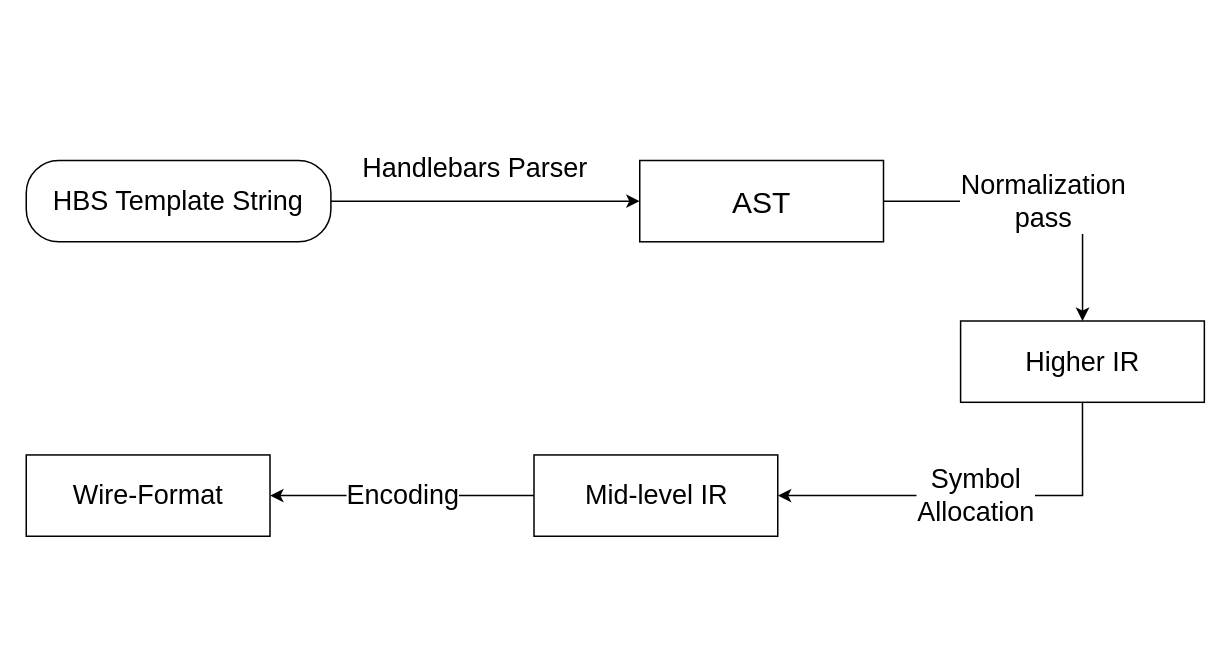
Earlier version of the draw.io diagram printf.engineering/glimmer-compiler.drawio (itzsrikanth/draw.io-templates). Source tidied: cells renumbered, new cells numbered last; positions are measured from the earlier drawing's top-left corner, leaving out a move shared by most shapes. Both pictures are drawn from the tidied source at 150%, with x=0, y=0 at pixel (26, 138).
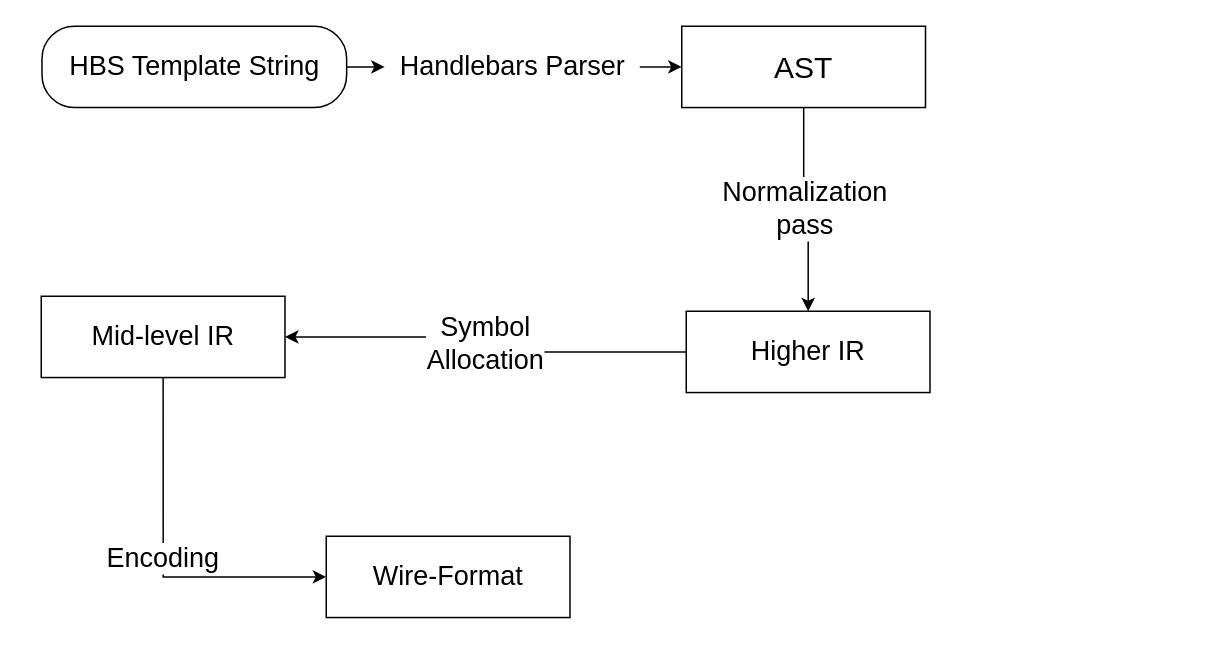
The same diagram, later.

Change to the diagram source:
```diff
@@
 <mxGraphModel>
   <root>
     <mxCell id="0" />
     <mxCell id="1" parent="0" />
     <mxCell id="2" value="HBS Template String" style="whiteSpace=wrap;html=1;rounded=1;arcSize=40;fontSize=18;" parent="1" vertex="1">
-      <mxGeometry y="14.5" width="203.1" height="54.2" as="geometry" />
+      <mxGeometry x="10.5" y="-75" width="203.1" height="54.2" as="geometry" />
     </mxCell>
     <mxCell id="3" value="AST" style="rounded=0;whiteSpace=wrap;html=1;fontSize=20;" parent="1" vertex="1">
-      <mxGeometry x="409" y="14.5" width="162.5" height="54.2" as="geometry" />
+      <mxGeometry x="437" y="-75" width="162.5" height="54.2" as="geometry" />
     </mxCell>
-    <mxCell id="4" style="edgeStyle=orthogonalEdgeStyle;rounded=0;jettySize=auto;html=1;" parent="1" edge="1" source="2" target="3">
+    <mxCell id="4" style="edgeStyle=orthogonalEdgeStyle;rounded=0;jettySize=auto;html=1;" parent="1" edge="1" source="5" target="3">
       <mxGeometry relative="1" as="geometry" />
     </mxCell>
-    <mxCell id="5" value="Handlebars Parser" style="text;html=1;align=center;verticalAlign=middle;points=[];strokeColor=none;fillColor=none;fontSize=18;" parent="1" vertex="1">
-      <mxGeometry x="213.7" width="170" height="40" as="geometry" />
-    </mxCell>
     <mxCell id="6" value="Higher IR" style="whiteSpace=wrap;html=1;rounded=0;fontSize=18;" parent="1" vertex="1">
-      <mxGeometry x="622.9" y="121.5" width="162.5" height="54.2" as="geometry" />
+      <mxGeometry x="440" y="115" width="162.5" height="54.2" as="geometry" />
     </mxCell>
     <mxCell id="7" value="Normalization&lt;br style=&quot;font-size: 18px;&quot;&gt;pass" style="edgeStyle=orthogonalEdgeStyle;rounded=0;jettySize=auto;html=1;fontSize=18;" parent="1" edge="1" source="3" target="6">
       <mxGeometry relative="1" as="geometry" />
     </mxCell>
     <mxCell id="8" value="Mid-level IR" style="whiteSpace=wrap;html=1;rounded=0;fontSize=18;" parent="1" vertex="1">
-      <mxGeometry x="338.5" y="210.8" width="162.5" height="54.2" as="geometry" />
+      <mxGeometry x="10" y="105" width="162.5" height="54.2" as="geometry" />
     </mxCell>
-    <mxCell id="9" value="Symbol&lt;br style=&quot;font-size: 18px;&quot;&gt;Allocation" style="edgeStyle=orthogonalEdgeStyle;rounded=0;jettySize=auto;html=1;entryX=1;entryY=0.5;entryDx=0;entryDy=0;exitX=0.5;exitY=1;exitDx=0;exitDy=0;fontSize=18;" parent="1" edge="1" source="6" target="8">
+    <mxCell id="9" value="Symbol&lt;br style=&quot;font-size: 18px;&quot;&gt;Allocation" style="edgeStyle=orthogonalEdgeStyle;rounded=0;jettySize=auto;html=1;entryX=1;entryY=0.5;entryDx=0;entryDy=0;exitX=0;exitY=0.5;exitDx=0;exitDy=0;fontSize=18;" parent="1" edge="1" source="6" target="8">
       <mxGeometry relative="1" as="geometry" />
     </mxCell>
     <mxCell id="10" value="Wire-Format" style="whiteSpace=wrap;html=1;rounded=0;fontSize=18;" parent="1" vertex="1">
-      <mxGeometry y="210.8" width="162.5" height="54.2" as="geometry" />
+      <mxGeometry x="200" y="265" width="162.5" height="54.2" as="geometry" />
     </mxCell>
-    <mxCell id="11" value="Encoding" style="edgeStyle=orthogonalEdgeStyle;rounded=0;jettySize=auto;html=1;fontSize=18;" parent="1" edge="1" source="8" target="10">
+    <mxCell id="11" value="Encoding" style="edgeStyle=orthogonalEdgeStyle;rounded=0;jettySize=auto;html=1;fontSize=18;entryX=0;entryY=0.5;entryDx=0;entryDy=0;exitX=0.5;exitY=1;exitDx=0;exitDy=0;" parent="1" edge="1" source="8" target="10">
       <mxGeometry relative="1" as="geometry" />
     </mxCell>
+    <mxCell id="12" style="edgeStyle=orthogonalEdgeStyle;rounded=0;jettySize=auto;html=1;" parent="1" edge="1" source="2" target="5">
+      <mxGeometry relative="1" as="geometry" />
+    </mxCell>
+    <mxCell id="5" value="Handlebars Parser" style="text;html=1;align=center;verticalAlign=middle;points=[];strokeColor=none;fillColor=none;fontSize=18;" parent="1" vertex="1">
+      <mxGeometry x="239" y="-67.9" width="170" height="40" as="geometry" />
+    </mxCell>
   </root>
 </mxGraphModel>
```
